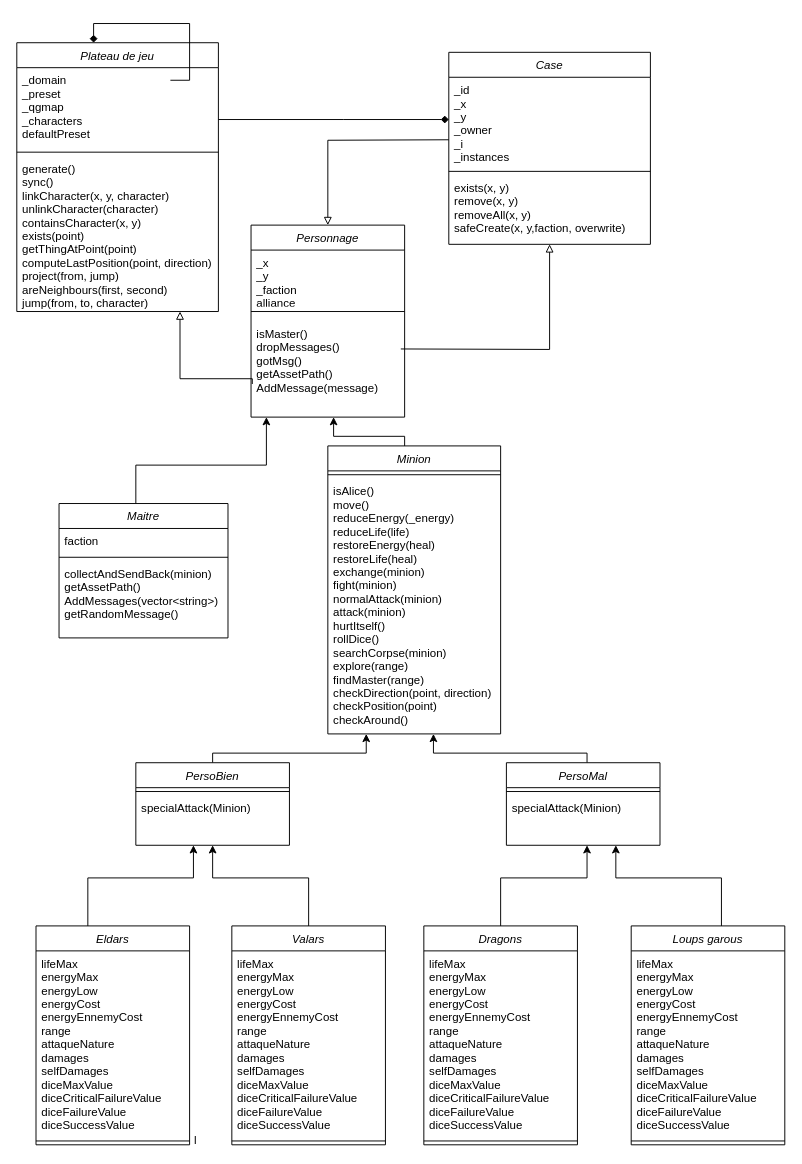
The draw.io diagram schemes/UML.drawio in Xisabla/Illuvatar, before the edit. Source tidied: cells renumbered, new cells numbered last; positions are measured from the earlier drawing's top-left corner, leaving out a move shared by most shapes. Both pictures are drawn from the tidied source at 96%, with x=0, y=0 at pixel (16, 23).
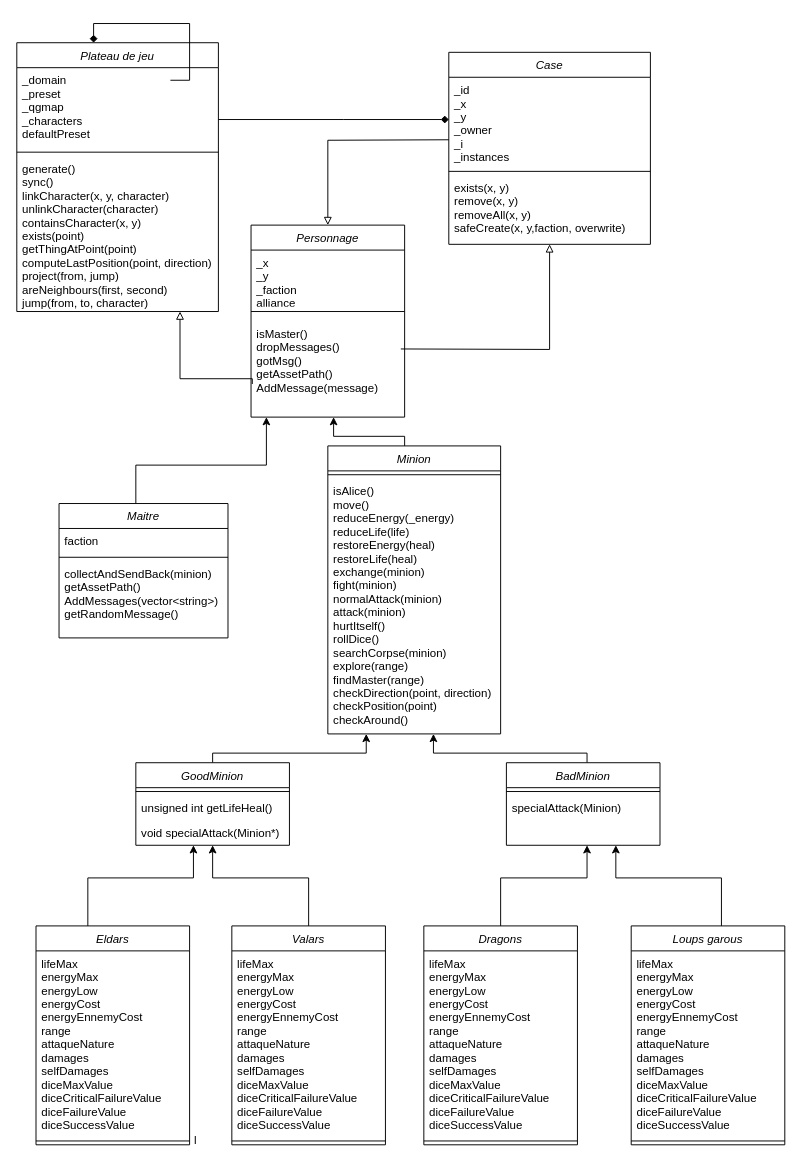
After the change.

The edit, as a diff of the source:
```diff
@@
-    <mxCell id="12" value="PersoBien" style="swimlane;fontStyle=2;align=center;verticalAlign=top;horizontal=1;startSize=26;rounded=0;shadow=0;strokeWidth=1;" parent="1" vertex="1">
+    <mxCell id="12" value="GoodMinion" style="swimlane;fontStyle=2;align=center;verticalAlign=top;horizontal=1;startSize=26;rounded=0;shadow=0;strokeWidth=1;" parent="1" vertex="1">
       <mxGeometry x="124" y="770" width="160" height="86" as="geometry" />
     </mxCell>
@@
+    <mxCell id="52" value="unsigned int getLifeHeal()" style="text;align=left;verticalAlign=top;spacingLeft=4;spacingRight=4;overflow=hidden;" parent="12" vertex="1">
+      <mxGeometry y="34" width="160" height="26" as="geometry" />
+    </mxCell>
-    <mxCell id="14" value="specialAttack(Minion)" style="text;align=left;verticalAlign=top;spacingLeft=4;spacingRight=4;overflow=hidden;" parent="12" vertex="1">
-      <mxGeometry y="34" width="160" height="26" as="geometry" />
+    <mxCell id="14" value="void specialAttack(Minion*)" style="text;align=left;verticalAlign=top;spacingLeft=4;spacingRight=4;overflow=hidden;" parent="12" vertex="1">
+      <mxGeometry y="60" width="160" height="26" as="geometry" />
     </mxCell>
@@
-    <mxCell id="16" value="PersoMal" style="swimlane;fontStyle=2;align=center;verticalAlign=top;horizontal=1;startSize=26;rounded=0;shadow=0;strokeWidth=1;" parent="1" vertex="1">
+    <mxCell id="16" value="BadMinion" style="swimlane;fontStyle=2;align=center;verticalAlign=top;horizontal=1;startSize=26;rounded=0;shadow=0;strokeWidth=1;" parent="1" vertex="1">
       <mxGeometry x="510" y="770" width="160" height="86" as="geometry" />
     </mxCell>
```
